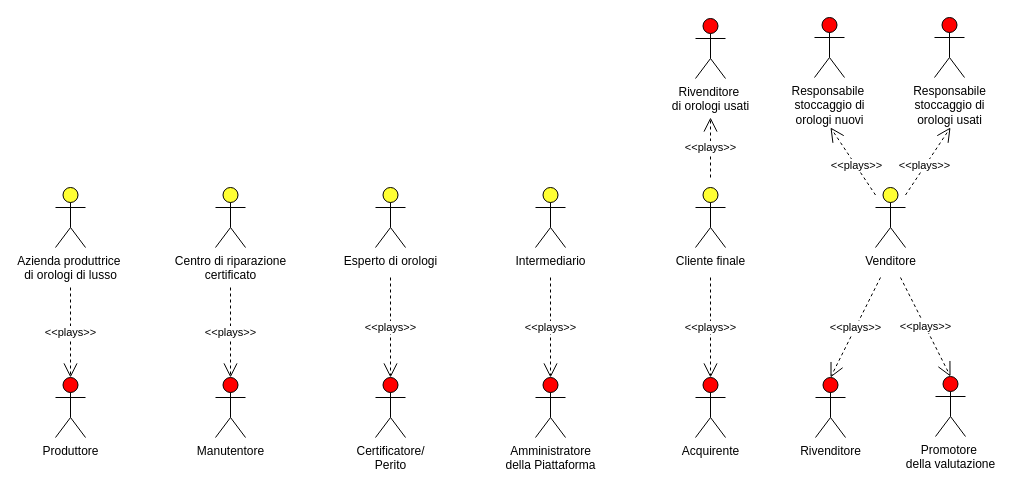
Vittorio92/ProgettoSistemiInformativi keeps this draw.io diagram as Diagrammi/Capitolo3/RoleDiagram.drawio. Above is the earlier version. Source tidied: cells renumbered, new cells numbered last; positions are measured from the earlier drawing's top-left corner, leaving out a move shared by most shapes. Both pictures are drawn from the tidied source at 100%, with x=0, y=0 at pixel (55, 17).
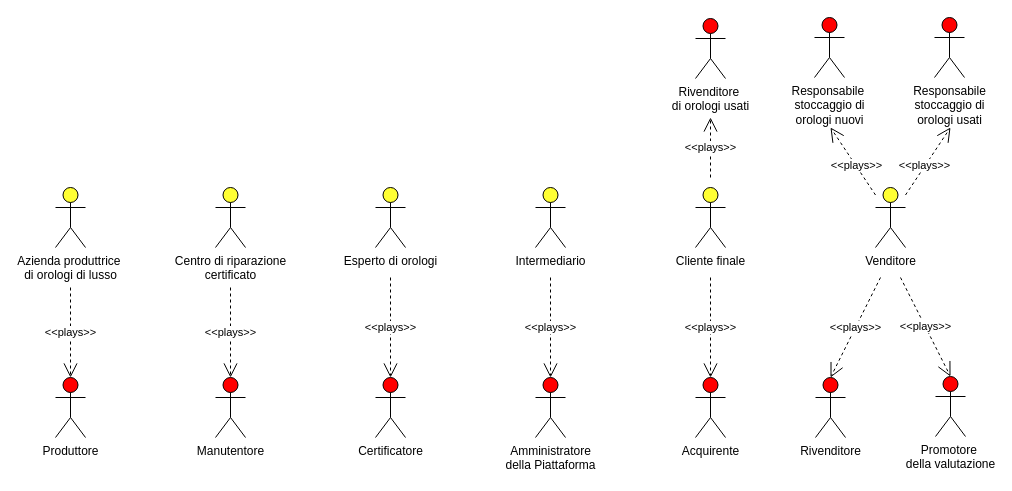
After the change.

Commit message (it also covers changes not shown here):
Modifica -Certificatore

The edit, as a diff of the source:
```diff
@@
-    <mxCell id="9" value="Certificatore/&lt;div&gt;Perito&lt;/div&gt;" style="shape=umlActor;verticalLabelPosition=bottom;verticalAlign=top;html=1;fillColor=#FF0000;" parent="1" vertex="1">
+    <mxCell id="9" value="Certificatore" style="shape=umlActor;verticalLabelPosition=bottom;verticalAlign=top;html=1;fillColor=#FF0000;" parent="1" vertex="1">
       <mxGeometry x="320" y="360" width="30" height="60" as="geometry" />
     </mxCell>
```
